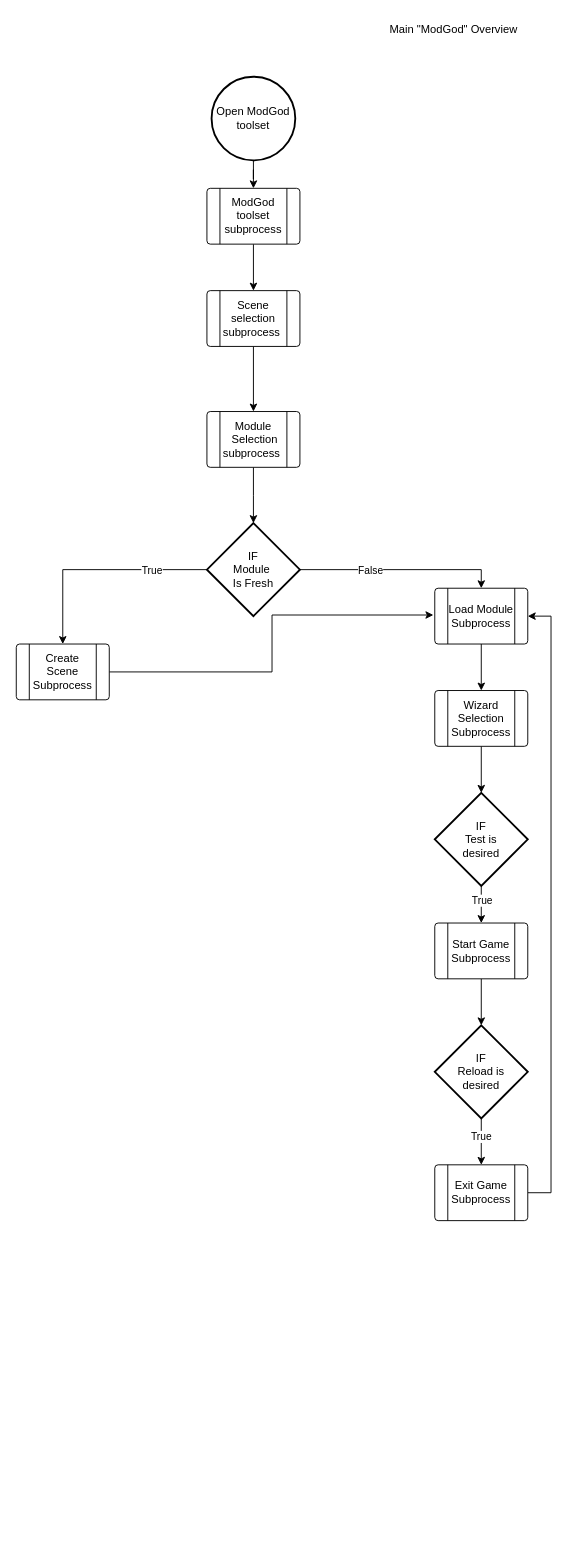
RPG-Research/bcirpg keeps this draw.io diagram as Phase2/Flowcharts/modgodToolset/ModGod/MainModGodOverview.drawio. Above is the earlier version. Source tidied: cells renumbered, new cells numbered last; positions are measured from the earlier drawing's top-left corner, leaving out a move shared by most shapes. Both pictures are drawn from the tidied source at 93%, with x=0, y=0 at pixel (16, 16).
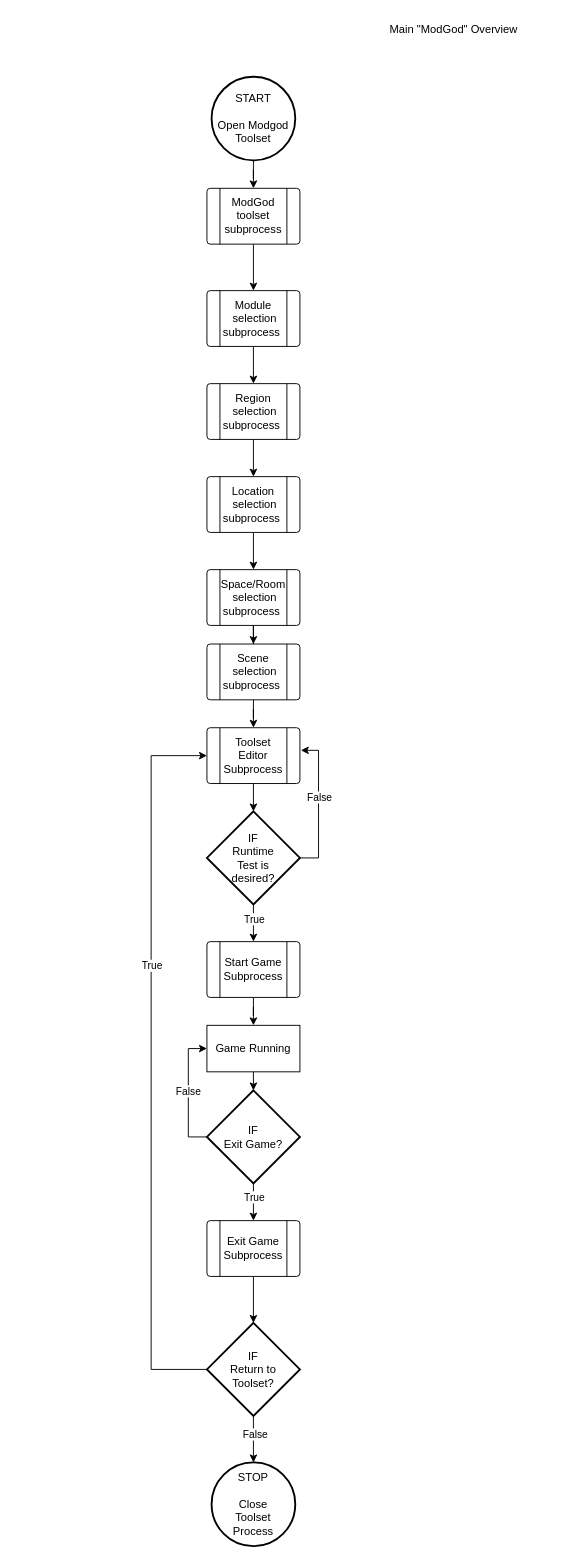
The same diagram, later.

Commit message (it also covers changes not shown here):
Added some changes to the overview modgod flowchart

Change to the diagram source:
```diff
@@
-    <mxCell id="3" value="Open ModGod toolset" style="strokeWidth=2;html=1;shape=mxgraph.flowchart.start_2;whiteSpace=wrap;" parent="1" vertex="1">
+    <mxCell id="3" value="START&lt;br&gt;&lt;br&gt;Open Modgod&lt;br&gt;Toolset" style="strokeWidth=2;html=1;shape=mxgraph.flowchart.start_2;whiteSpace=wrap;" parent="1" vertex="1">
       <mxGeometry x="210" y="65" width="90" height="90" as="geometry" />
     </mxCell>
@@
-    <mxCell id="6" style="edgeStyle=orthogonalEdgeStyle;rounded=0;jettySize=auto;html=1;exitX=0.5;exitY=1;exitDx=0;exitDy=0;entryX=0.5;entryY=0;entryDx=0;entryDy=0;" parent="1" edge="1" source="7" target="9">
-      <mxGeometry relative="1" as="geometry" />
-    </mxCell>
+    <mxCell id="32" style="edgeStyle=orthogonalEdgeStyle;rounded=0;jettySize=auto;html=1;exitX=0.5;exitY=1;exitDx=0;exitDy=0;entryX=0.5;entryY=0;entryDx=0;entryDy=0;" parent="1" edge="1" source="7" target="54">
+      <mxGeometry relative="1" as="geometry" />
+    </mxCell>
-    <mxCell id="7" value="Scene selection subprocess&amp;nbsp;" style="verticalLabelPosition=middle;verticalAlign=middle;html=1;shape=process;whiteSpace=wrap;rounded=1;size=0.14;arcSize=6;labelPosition=center;align=center;" parent="1" vertex="1">
+    <mxCell id="7" value="Module&lt;br&gt;&amp;nbsp;selection subprocess&amp;nbsp;" style="verticalLabelPosition=middle;verticalAlign=middle;html=1;shape=process;whiteSpace=wrap;rounded=1;size=0.14;arcSize=6;labelPosition=center;align=center;" parent="1" vertex="1">
       <mxGeometry x="205" y="295" width="100" height="60" as="geometry" />
     </mxCell>
-    <mxCell id="8" style="edgeStyle=orthogonalEdgeStyle;rounded=0;jettySize=auto;html=1;" parent="1" edge="1" source="9">
-      <mxGeometry relative="1" as="geometry">
-        <mxPoint x="255" y="545" as="targetPoint" />
-      </mxGeometry>
+    <mxCell id="8" style="edgeStyle=orthogonalEdgeStyle;rounded=0;jettySize=auto;html=1;exitX=0.5;exitY=1;exitDx=0;exitDy=0;" parent="1" edge="1" source="52" target="38">
+      <mxGeometry relative="1" as="geometry" />
     </mxCell>
-    <mxCell id="9" value="Module&lt;br&gt;&amp;nbsp;Selection&lt;br&gt;subprocess&amp;nbsp;" style="verticalLabelPosition=middle;verticalAlign=middle;html=1;shape=process;whiteSpace=wrap;rounded=1;size=0.14;arcSize=6;labelPosition=center;align=center;" parent="1" vertex="1">
-      <mxGeometry x="205" y="425" width="100" height="60" as="geometry" />
-    </mxCell>
-    <mxCell id="10" style="edgeStyle=orthogonalEdgeStyle;rounded=0;jettySize=auto;html=1;exitX=1;exitY=0.5;exitDx=0;exitDy=0;exitPerimeter=0;entryX=0.5;entryY=0;entryDx=0;entryDy=0;" parent="1" edge="1" source="14" target="28">
-      <mxGeometry relative="1" as="geometry" />
-    </mxCell>
-    <mxCell id="11" value="False" style="edgeLabel;html=1;align=center;verticalAlign=middle;" parent="10" vertex="1">
-      <mxGeometry x="-0.3" relative="1" as="geometry" />
-    </mxCell>
-    <mxCell id="12" style="edgeStyle=orthogonalEdgeStyle;rounded=0;jettySize=auto;html=1;entryX=0.5;entryY=0;entryDx=0;entryDy=0;" parent="1" edge="1" source="14" target="30">
-      <mxGeometry relative="1" as="geometry" />
-    </mxCell>
-    <mxCell id="13" value="True" style="edgeLabel;html=1;align=center;verticalAlign=middle;" parent="12" vertex="1">
-      <mxGeometry x="-0.49" relative="1" as="geometry" />
-    </mxCell>
-    <mxCell id="14" value="IF&lt;br&gt;Module&amp;nbsp;&lt;br&gt;Is Fresh" style="strokeWidth=2;html=1;shape=mxgraph.flowchart.decision;whiteSpace=wrap;" parent="1" vertex="1">
-      <mxGeometry x="205" y="545" width="100" height="100" as="geometry" />
-    </mxCell>
-    <mxCell id="15" style="edgeStyle=orthogonalEdgeStyle;rounded=0;jettySize=auto;html=1;entryX=0.5;entryY=0;entryDx=0;entryDy=0;entryPerimeter=0;" parent="1" edge="1" source="16" target="19">
-      <mxGeometry relative="1" as="geometry" />
-    </mxCell>
-    <mxCell id="16" value="Wizard&lt;br&gt;Selection&lt;br&gt;Subprocess" style="verticalLabelPosition=middle;verticalAlign=middle;html=1;shape=process;whiteSpace=wrap;rounded=1;size=0.14;arcSize=6;labelPosition=center;align=center;" parent="1" vertex="1">
-      <mxGeometry x="450" y="725" width="100" height="60" as="geometry" />
-    </mxCell>
@@
+    <mxCell id="33" style="edgeStyle=orthogonalEdgeStyle;rounded=0;jettySize=auto;html=1;exitX=1;exitY=0.5;exitDx=0;exitDy=0;exitPerimeter=0;entryX=1.01;entryY=0.405;entryDx=0;entryDy=0;entryPerimeter=0;" parent="1" edge="1" source="19" target="38">
+      <mxGeometry relative="1" as="geometry" />
+    </mxCell>
+    <mxCell id="34" value="False" style="edgeLabel;html=1;align=center;verticalAlign=middle;" parent="33" vertex="1">
+      <mxGeometry x="0.11" relative="1" as="geometry" />
+    </mxCell>
-    <mxCell id="19" value="IF&lt;br&gt;Test is&lt;br&gt;desired" style="strokeWidth=2;html=1;shape=mxgraph.flowchart.decision;whiteSpace=wrap;" parent="1" vertex="1">
-      <mxGeometry x="450" y="835" width="100" height="100" as="geometry" />
+    <mxCell id="19" value="IF&lt;br&gt;Runtime&lt;br&gt;Test is&lt;br&gt;desired?" style="strokeWidth=2;html=1;shape=mxgraph.flowchart.decision;whiteSpace=wrap;" parent="1" vertex="1">
+      <mxGeometry x="205" y="855" width="100" height="100" as="geometry" />
     </mxCell>
-    <mxCell id="20" style="edgeStyle=orthogonalEdgeStyle;rounded=0;jettySize=auto;html=1;exitX=0.5;exitY=1;exitDx=0;exitDy=0;entryX=0.5;entryY=0;entryDx=0;entryDy=0;entryPerimeter=0;" parent="1" edge="1" source="21" target="24">
-      <mxGeometry relative="1" as="geometry" />
-    </mxCell>
+    <mxCell id="35" style="edgeStyle=orthogonalEdgeStyle;rounded=0;jettySize=auto;html=1;exitX=0.5;exitY=1;exitDx=0;exitDy=0;" parent="1" edge="1" source="21" target="40">
+      <mxGeometry relative="1" as="geometry" />
+    </mxCell>
     <mxCell id="21" value="Start Game&lt;br&gt;Subprocess" style="verticalLabelPosition=middle;verticalAlign=middle;html=1;shape=process;whiteSpace=wrap;rounded=1;size=0.14;arcSize=6;labelPosition=center;align=center;" parent="1" vertex="1">
-      <mxGeometry x="450" y="975" width="100" height="60" as="geometry" />
+      <mxGeometry x="205" y="995" width="100" height="60" as="geometry" />
     </mxCell>
-    <mxCell id="22" style="edgeStyle=orthogonalEdgeStyle;rounded=0;jettySize=auto;html=1;exitX=0.5;exitY=1;exitDx=0;exitDy=0;exitPerimeter=0;entryX=0.5;entryY=0;entryDx=0;entryDy=0;" parent="1" edge="1" source="24" target="26">
-      <mxGeometry relative="1" as="geometry" />
-    </mxCell>
-    <mxCell id="23" value="True" style="edgeLabel;html=1;align=center;verticalAlign=middle;" parent="22" vertex="1">
-      <mxGeometry x="-0.24" y="-1" relative="1" as="geometry" />
-    </mxCell>
-    <mxCell id="24" value="IF&lt;br&gt;Reload is&lt;br&gt;desired" style="strokeWidth=2;html=1;shape=mxgraph.flowchart.decision;whiteSpace=wrap;" parent="1" vertex="1">
-      <mxGeometry x="450" y="1085" width="100" height="100" as="geometry" />
-    </mxCell>
-    <mxCell id="25" style="edgeStyle=orthogonalEdgeStyle;rounded=0;jettySize=auto;html=1;entryX=1;entryY=0.5;entryDx=0;entryDy=0;" parent="1" edge="1" source="26" target="28">
-      <mxGeometry relative="1" as="geometry">
-        <Array as="points">
-          <mxPoint x="575" y="1265" />
-          <mxPoint x="575" y="645" />
-        </Array>
-      </mxGeometry>
-    </mxCell>
+    <mxCell id="36" style="edgeStyle=orthogonalEdgeStyle;rounded=0;jettySize=auto;html=1;exitX=0.5;exitY=1;exitDx=0;exitDy=0;entryX=0.5;entryY=0;entryDx=0;entryDy=0;entryPerimeter=0;" parent="1" edge="1" source="26" target="50">
+      <mxGeometry relative="1" as="geometry" />
+    </mxCell>
     <mxCell id="26" value="Exit Game&lt;br&gt;Subprocess" style="verticalLabelPosition=middle;verticalAlign=middle;html=1;shape=process;whiteSpace=wrap;rounded=1;size=0.14;arcSize=6;labelPosition=center;align=center;" parent="1" vertex="1">
-      <mxGeometry x="450" y="1235" width="100" height="60" as="geometry" />
+      <mxGeometry x="205" y="1295" width="100" height="60" as="geometry" />
     </mxCell>
-    <mxCell id="27" style="edgeStyle=orthogonalEdgeStyle;rounded=0;jettySize=auto;html=1;exitX=0.5;exitY=1;exitDx=0;exitDy=0;entryX=0.5;entryY=0;entryDx=0;entryDy=0;" parent="1" edge="1" source="28" target="16">
-      <mxGeometry relative="1" as="geometry" />
-    </mxCell>
-    <mxCell id="28" value="Load Module&lt;br&gt;Subprocess" style="verticalLabelPosition=middle;verticalAlign=middle;html=1;shape=process;whiteSpace=wrap;rounded=1;size=0.14;arcSize=6;labelPosition=center;align=center;" parent="1" vertex="1">
-      <mxGeometry x="450" y="615" width="100" height="60" as="geometry" />
-    </mxCell>
-    <mxCell id="29" style="edgeStyle=orthogonalEdgeStyle;rounded=0;jettySize=auto;html=1;exitX=1;exitY=0.5;exitDx=0;exitDy=0;entryX=-0.015;entryY=0.48;entryDx=0;entryDy=0;entryPerimeter=0;" parent="1" edge="1" source="30" target="28">
-      <mxGeometry relative="1" as="geometry" />
-    </mxCell>
-    <mxCell id="30" value="Create&lt;br&gt;Scene&lt;br&gt;Subprocess" style="verticalLabelPosition=middle;verticalAlign=middle;html=1;shape=process;whiteSpace=wrap;rounded=1;size=0.14;arcSize=6;labelPosition=center;align=center;" parent="1" vertex="1">
-      <mxGeometry y="675" width="100" height="60" as="geometry" />
-    </mxCell>
@@
+    <mxCell id="37" style="edgeStyle=orthogonalEdgeStyle;rounded=0;jettySize=auto;html=1;exitX=0.5;exitY=1;exitDx=0;exitDy=0;entryX=0.5;entryY=0;entryDx=0;entryDy=0;entryPerimeter=0;" parent="1" edge="1" source="38" target="19">
+      <mxGeometry relative="1" as="geometry" />
+    </mxCell>
+    <mxCell id="38" value="Toolset&lt;br&gt;Editor&lt;br&gt;Subprocess" style="verticalLabelPosition=middle;verticalAlign=middle;html=1;shape=process;whiteSpace=wrap;rounded=1;size=0.14;arcSize=6;labelPosition=center;align=center;" parent="1" vertex="1">
+      <mxGeometry x="205" y="765" width="100" height="60" as="geometry" />
+    </mxCell>
+    <mxCell id="39" style="edgeStyle=orthogonalEdgeStyle;rounded=0;jettySize=auto;html=1;exitX=0.5;exitY=1;exitDx=0;exitDy=0;entryX=0.5;entryY=0;entryDx=0;entryDy=0;entryPerimeter=0;" parent="1" edge="1" source="40" target="45">
+      <mxGeometry relative="1" as="geometry" />
+    </mxCell>
+    <mxCell id="40" value="Game Running" style="rounded=0;whiteSpace=wrap;html=1;" parent="1" vertex="1">
+      <mxGeometry x="205" y="1085" width="100" height="50" as="geometry" />
+    </mxCell>
+    <mxCell id="41" style="edgeStyle=orthogonalEdgeStyle;rounded=0;jettySize=auto;html=1;exitX=0.5;exitY=1;exitDx=0;exitDy=0;exitPerimeter=0;entryX=0.5;entryY=0;entryDx=0;entryDy=0;" parent="1" edge="1" source="45" target="26">
+      <mxGeometry relative="1" as="geometry" />
+    </mxCell>
+    <mxCell id="42" value="True" style="edgeLabel;html=1;align=center;verticalAlign=middle;" parent="41" vertex="1">
+      <mxGeometry x="-0.29" relative="1" as="geometry" />
+    </mxCell>
+    <mxCell id="43" style="edgeStyle=orthogonalEdgeStyle;rounded=0;jettySize=auto;html=1;exitX=0;exitY=0.5;exitDx=0;exitDy=0;exitPerimeter=0;entryX=0;entryY=0.5;entryDx=0;entryDy=0;" parent="1" edge="1" source="45" target="40">
+      <mxGeometry relative="1" as="geometry" />
+    </mxCell>
+    <mxCell id="44" value="False" style="edgeLabel;html=1;align=center;verticalAlign=middle;" parent="43" vertex="1">
+      <mxGeometry x="0.04" y="1" relative="1" as="geometry" />
+    </mxCell>
+    <mxCell id="45" value="IF&lt;br&gt;Exit Game?" style="strokeWidth=2;html=1;shape=mxgraph.flowchart.decision;whiteSpace=wrap;" parent="1" vertex="1">
+      <mxGeometry x="205" y="1155" width="100" height="100" as="geometry" />
+    </mxCell>
+    <mxCell id="46" style="edgeStyle=orthogonalEdgeStyle;rounded=0;jettySize=auto;html=1;entryX=0;entryY=0.5;entryDx=0;entryDy=0;" parent="1" edge="1" source="50" target="38">
+      <mxGeometry relative="1" as="geometry">
+        <Array as="points">
+          <mxPoint x="145" y="1455" />
+          <mxPoint x="145" y="795" />
+        </Array>
+      </mxGeometry>
+    </mxCell>
+    <mxCell id="47" value="True" style="edgeLabel;html=1;align=center;verticalAlign=middle;" parent="46" vertex="1">
+      <mxGeometry x="0.27" relative="1" as="geometry" />
+    </mxCell>
+    <mxCell id="48" style="edgeStyle=orthogonalEdgeStyle;rounded=0;jettySize=auto;html=1;exitX=0.5;exitY=1;exitDx=0;exitDy=0;exitPerimeter=0;entryX=0.5;entryY=0;entryDx=0;entryDy=0;entryPerimeter=0;" parent="1" edge="1" source="50" target="51">
+      <mxGeometry relative="1" as="geometry" />
+    </mxCell>
+    <mxCell id="49" value="False" style="edgeLabel;html=1;align=center;verticalAlign=middle;" parent="48" vertex="1">
+      <mxGeometry x="-0.26" y="1" relative="1" as="geometry" />
+    </mxCell>
+    <mxCell id="50" value="IF&lt;br&gt;Return to&lt;br&gt;Toolset?" style="strokeWidth=2;html=1;shape=mxgraph.flowchart.decision;whiteSpace=wrap;" parent="1" vertex="1">
+      <mxGeometry x="205" y="1405" width="100" height="100" as="geometry" />
+    </mxCell>
+    <mxCell id="51" value="STOP&lt;br&gt;&lt;br&gt;Close&lt;br&gt;Toolset&lt;br&gt;Process" style="strokeWidth=2;html=1;shape=mxgraph.flowchart.start_2;whiteSpace=wrap;" parent="1" vertex="1">
+      <mxGeometry x="210" y="1555" width="90" height="90" as="geometry" />
+    </mxCell>
+    <mxCell id="52" value="Scene&lt;br&gt;&amp;nbsp;selection subprocess&amp;nbsp;" style="verticalLabelPosition=middle;verticalAlign=middle;html=1;shape=process;whiteSpace=wrap;rounded=1;size=0.14;arcSize=6;labelPosition=center;align=center;" parent="1" vertex="1">
+      <mxGeometry x="205" y="675" width="100" height="60" as="geometry" />
+    </mxCell>
+    <mxCell id="53" style="edgeStyle=orthogonalEdgeStyle;rounded=0;jettySize=auto;html=1;exitX=0.5;exitY=1;exitDx=0;exitDy=0;entryX=0.5;entryY=0;entryDx=0;entryDy=0;" parent="1" edge="1" source="54" target="56">
+      <mxGeometry relative="1" as="geometry" />
+    </mxCell>
+    <mxCell id="54" value="Region&lt;br&gt;&amp;nbsp;selection subprocess&amp;nbsp;" style="verticalLabelPosition=middle;verticalAlign=middle;html=1;shape=process;whiteSpace=wrap;rounded=1;size=0.14;arcSize=6;labelPosition=center;align=center;" parent="1" vertex="1">
+      <mxGeometry x="205" y="395" width="100" height="60" as="geometry" />
+    </mxCell>
+    <mxCell id="55" style="edgeStyle=orthogonalEdgeStyle;rounded=0;jettySize=auto;html=1;exitX=0.5;exitY=1;exitDx=0;exitDy=0;" parent="1" edge="1" source="56" target="58">
+      <mxGeometry relative="1" as="geometry" />
+    </mxCell>
+    <mxCell id="56" value="Location&lt;br&gt;&amp;nbsp;selection subprocess&amp;nbsp;" style="verticalLabelPosition=middle;verticalAlign=middle;html=1;shape=process;whiteSpace=wrap;rounded=1;size=0.14;arcSize=6;labelPosition=center;align=center;" parent="1" vertex="1">
+      <mxGeometry x="205" y="495" width="100" height="60" as="geometry" />
+    </mxCell>
+    <mxCell id="57" style="edgeStyle=orthogonalEdgeStyle;rounded=0;jettySize=auto;html=1;exitX=0.5;exitY=1;exitDx=0;exitDy=0;" parent="1" edge="1" source="58" target="52">
+      <mxGeometry relative="1" as="geometry" />
+    </mxCell>
+    <mxCell id="58" value="Space/Room&lt;br&gt;&amp;nbsp;selection subprocess&amp;nbsp;" style="verticalLabelPosition=middle;verticalAlign=middle;html=1;shape=process;whiteSpace=wrap;rounded=1;size=0.14;arcSize=6;labelPosition=center;align=center;" parent="1" vertex="1">
+      <mxGeometry x="205" y="595" width="100" height="60" as="geometry" />
+    </mxCell>
```
